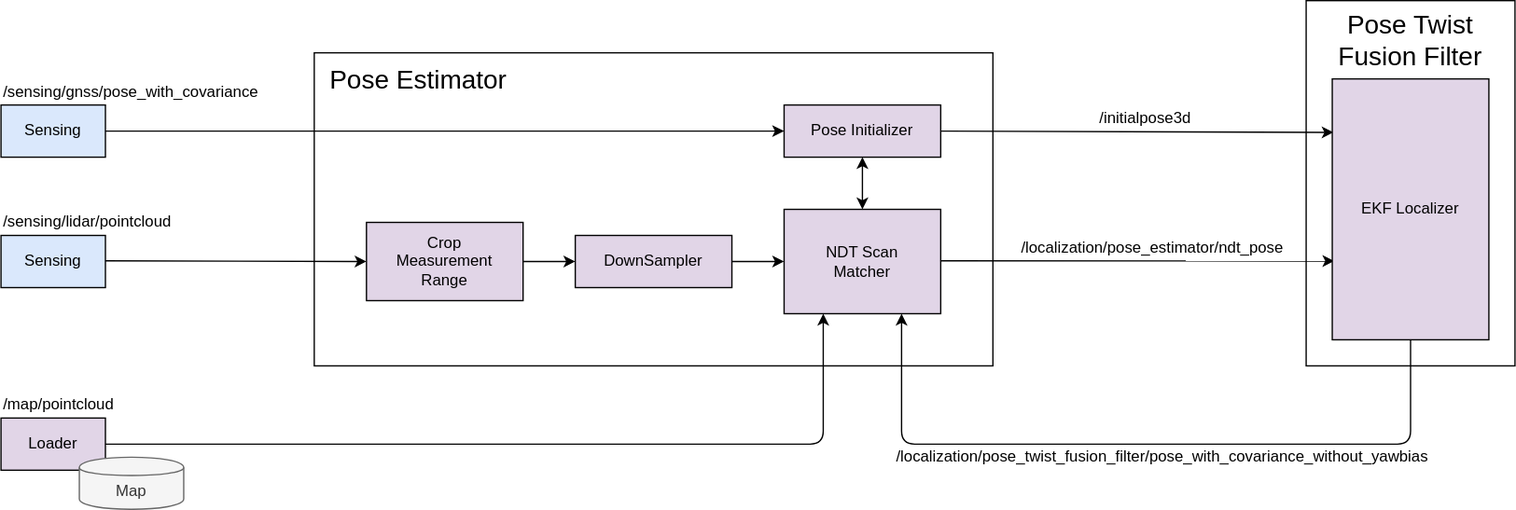
tier4/AutowareArchitectureProposal.proj keeps this draw.io diagram as img/Pose_Estimator.svg. Above is the earlier version. Source tidied: cells renumbered, new cells last; positions are measured from the earlier drawing's top-left corner, leaving out a move shared by most shapes.
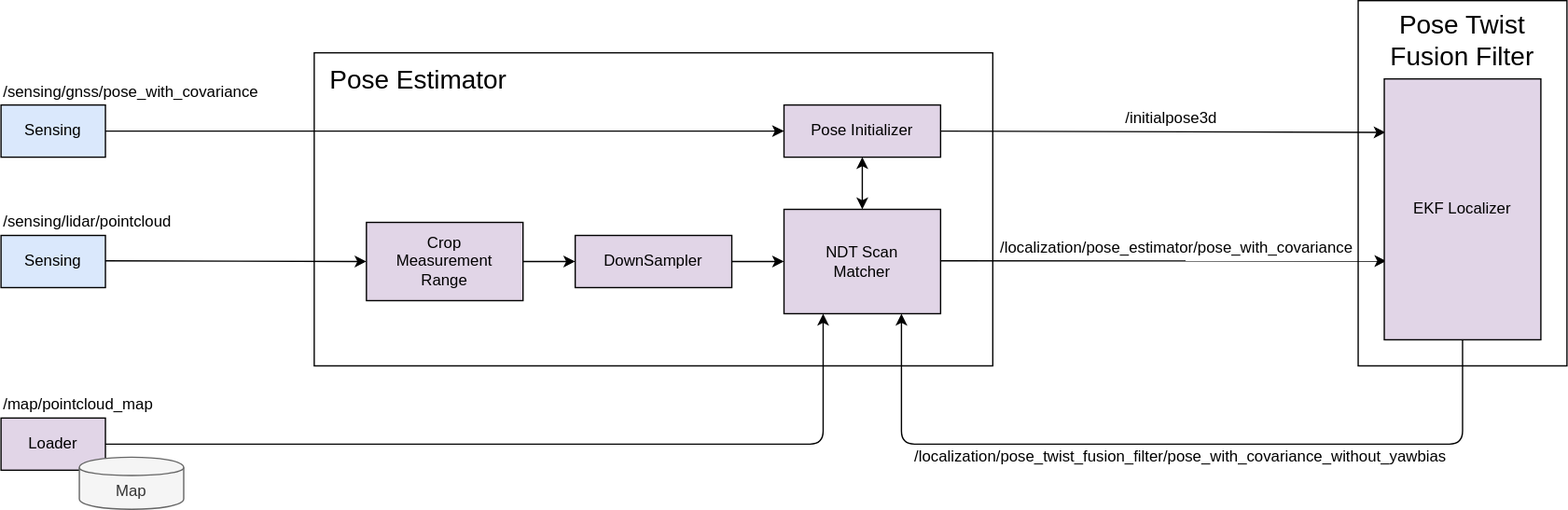
Above is the later version.

The edit, as a diff of the source:
```diff
@@ -48,7 +48,7 @@
     <mxCell id="15" value="/sensing/lidar/pointcloud" style="text;html=1;strokeColor=none;fillColor=none;align=left;verticalAlign=middle;whiteSpace=wrap;rounded=0;" parent="1" vertex="1">
       <mxGeometry y="160" width="120" height="20" as="geometry" />
     </mxCell>
-    <mxCell id="16" value="/map/pointcloud" style="text;html=1;strokeColor=none;fillColor=none;align=left;verticalAlign=middle;whiteSpace=wrap;rounded=0;" parent="1" vertex="1">
+    <mxCell id="16" value="/map/pointcloud_map" style="text;html=1;strokeColor=none;fillColor=none;align=left;verticalAlign=middle;whiteSpace=wrap;rounded=0;" parent="1" vertex="1">
       <mxGeometry y="300" width="120" height="20" as="geometry" />
     </mxCell>
     <mxCell id="17" style="endArrow=classic;html=1;exitX=1;exitY=0.5;exitDx=0;exitDy=0;entryX=0.25;entryY=1;entryDx=0;entryDy=0;" parent="1" edge="1" source="12" target="3">
@@ -67,13 +67,13 @@
       <mxGeometry relative="1" as="geometry" />
     </mxCell>
     <mxCell id="20" style="rounded=0;whiteSpace=wrap;html=1;strokeColor=#000000;" parent="1" vertex="1">
-      <mxGeometry x="1000" width="160" height="280" as="geometry" />
+      <mxGeometry x="1040" width="160" height="280" as="geometry" />
     </mxCell>
     <mxCell id="21" value="&lt;font style=&quot;font-size: 20px&quot;&gt;Pose Estimator&lt;/font&gt;" style="text;html=1;strokeColor=none;fillColor=none;align=center;verticalAlign=middle;whiteSpace=wrap;rounded=0;" parent="1" vertex="1">
       <mxGeometry x="240" y="40" width="160" height="40" as="geometry" />
     </mxCell>
     <mxCell id="22" value="&lt;font style=&quot;font-size: 20px&quot;&gt;Pose Twist&lt;br&gt;Fusion Filter&lt;br&gt;&lt;/font&gt;" style="text;html=1;strokeColor=none;fillColor=none;align=center;verticalAlign=middle;whiteSpace=wrap;rounded=0;" parent="1" vertex="1">
-      <mxGeometry x="1000" y="10" width="160" height="40" as="geometry" />
+      <mxGeometry x="1040" y="10" width="160" height="40" as="geometry" />
     </mxCell>
     <mxCell id="23" style="endArrow=classic;html=1;entryX=0.008;entryY=0.205;entryDx=0;entryDy=0;exitX=1;exitY=0.5;exitDx=0;exitDy=0;entryPerimeter=0;" parent="1" edge="1" source="4" target="29">
       <mxGeometry relative="1" as="geometry" />
@@ -86,22 +86,22 @@
     <mxCell id="25" style="endArrow=classic;html=1;entryX=0.75;entryY=1;entryDx=0;entryDy=0;exitX=0.5;exitY=1;exitDx=0;exitDy=0;" parent="1" edge="1" source="29" target="3">
       <mxGeometry relative="1" as="geometry">
         <Array as="points">
-          <mxPoint x="1080" y="340" />
+          <mxPoint x="1120" y="340" />
           <mxPoint x="690" y="340" />
         </Array>
       </mxGeometry>
     </mxCell>
     <mxCell id="26" value="/initialpose3d" style="text;html=1;strokeColor=none;fillColor=none;align=left;verticalAlign=middle;whiteSpace=wrap;rounded=0;" parent="1" vertex="1">
-      <mxGeometry x="840" y="80" width="80" height="20" as="geometry" />
+      <mxGeometry x="860" y="80" width="80" height="20" as="geometry" />
     </mxCell>
-    <mxCell id="27" value="/localization/pose_estimator/ndt_pose" style="text;html=1;strokeColor=none;fillColor=none;align=left;verticalAlign=middle;whiteSpace=wrap;rounded=0;" parent="1" vertex="1">
-      <mxGeometry x="780" y="180" width="80" height="20" as="geometry" />
+    <mxCell id="27" value="/localization/pose_estimator/pose_with_covariance" style="text;html=1;strokeColor=none;fillColor=none;align=left;verticalAlign=middle;whiteSpace=wrap;rounded=0;" parent="1" vertex="1">
+      <mxGeometry x="764" y="180" width="80" height="20" as="geometry" />
     </mxCell>
     <mxCell id="28" value="/localization/pose_twist_fusion_filter/pose_with_covariance_without_yawbias" style="text;html=1;strokeColor=none;fillColor=none;align=center;verticalAlign=middle;whiteSpace=wrap;rounded=0;" parent="1" vertex="1">
-      <mxGeometry x="850" y="340" width="80" height="20" as="geometry" />
+      <mxGeometry x="864" y="340" width="80" height="20" as="geometry" />
     </mxCell>
     <mxCell id="29" value="EKF Localizer" style="text;html=1;strokeColor=#000000;fillColor=#e1d5e7;align=center;verticalAlign=middle;whiteSpace=wrap;rounded=0;" parent="1" vertex="1">
-      <mxGeometry x="1020" y="60" width="120" height="200" as="geometry" />
+      <mxGeometry x="1060" y="60" width="120" height="200" as="geometry" />
     </mxCell>
   </root>
 </mxGraphModel>
```
